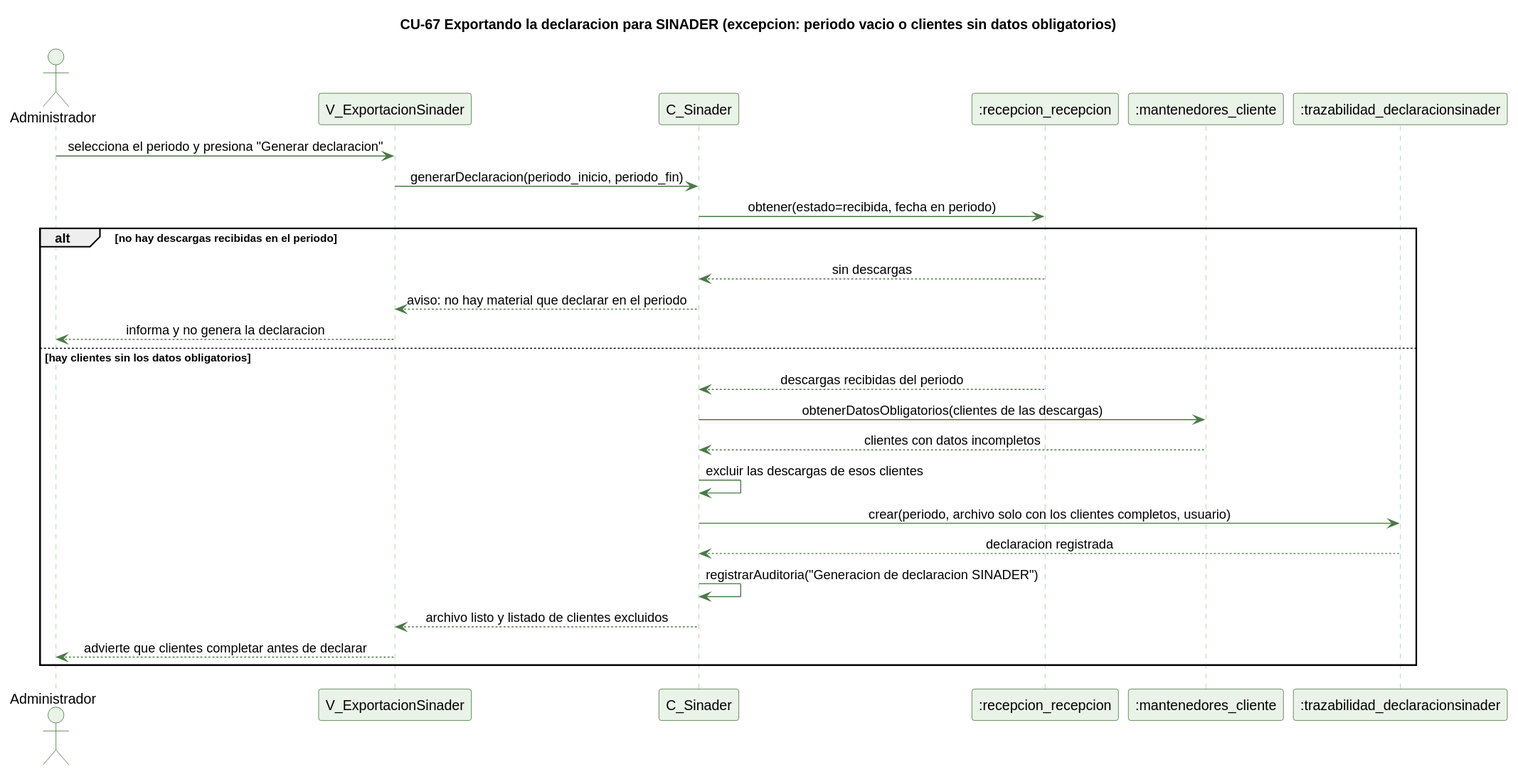
kenjikaese/Triverde keeps this PlantUML diagram as docs/trabajo-grupal/diagramas/secuencias/cu67-declaracion-sinader-excepcion.svg. Above is the earlier version. Its diagram source:
```plantuml
@startuml
skinparam backgroundColor #FFFFFF
skinparam shadowing false
skinparam defaultFontName Helvetica
skinparam sequenceMessageAlign center
skinparam ParticipantBackgroundColor #EAF3E7
skinparam ParticipantBorderColor #2E5E2A
skinparam ActorBackgroundColor #EAF3E7
skinparam ActorBorderColor #2E5E2A
skinparam sequenceLifeLineBorderColor #9CC49A
skinparam ArrowColor #4B7A46

title CU-67 Exportando la declaracion para SINADER (excepcion: periodo vacio o clientes sin datos obligatorios)

actor Administrador
participant "V_ExportacionSinader" as V
participant "C_Sinader" as C
participant ":recepcion_recepcion" as R
participant ":mantenedores_cliente" as CL
participant ":trazabilidad_declaracionsinader" as DS

Administrador -> V : selecciona el periodo y presiona "Generar declaracion"
V -> C : generarDeclaracion(periodo_inicio, periodo_fin)
C -> R : obtener(estado=recibida, fecha en periodo)
alt no hay descargas recibidas en el periodo
  R --> C : sin descargas
  C --> V : aviso: no hay material que declarar en el periodo
  V --> Administrador : informa y no genera la declaracion
else hay clientes sin los datos obligatorios
  R --> C : descargas recibidas del periodo
  C -> CL : obtenerDatosObligatorios(clientes de las descargas)
  CL --> C : clientes con datos incompletos
  C -> C : excluir las descargas de esos clientes
  C -> DS : crear(periodo, archivo solo con los clientes completos, usuario)
  DS --> C : declaracion registrada
  C -> C : registrarAuditoria("Generacion de declaracion SINADER")
  C --> V : archivo listo y listado de clientes excluidos
  V --> Administrador : advierte que clientes completar antes de declarar
end
@enduml
```
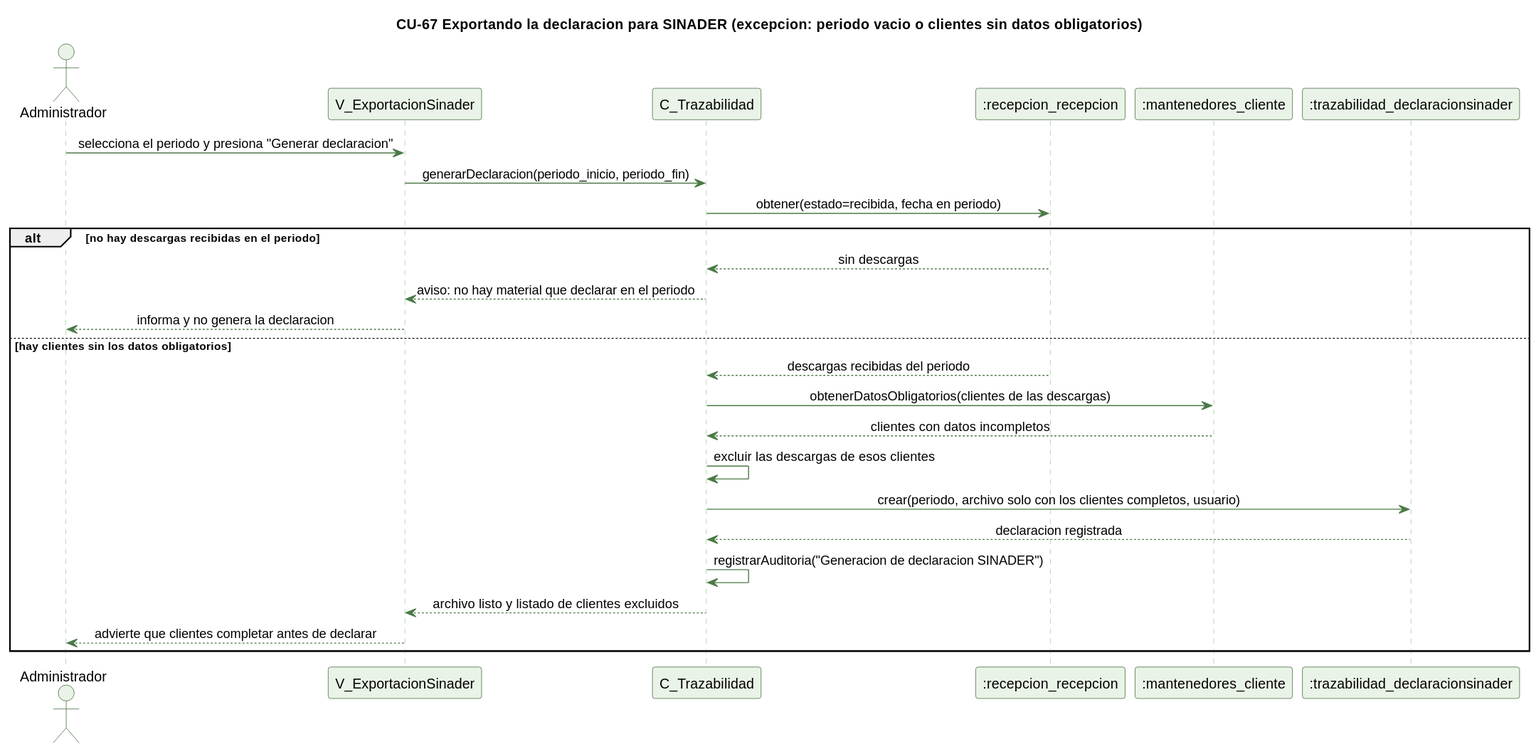
The same diagram one commit later.

What changed in the source:
```diff
@@ -14,7 +14,7 @@
 
 actor Administrador
 participant "V_ExportacionSinader" as V
-participant "C_Sinader" as C
+participant "C_Trazabilidad" as C
 participant ":recepcion_recepcion" as R
 participant ":mantenedores_cliente" as CL
 participant ":trazabilidad_declaracionsinader" as DS
```
